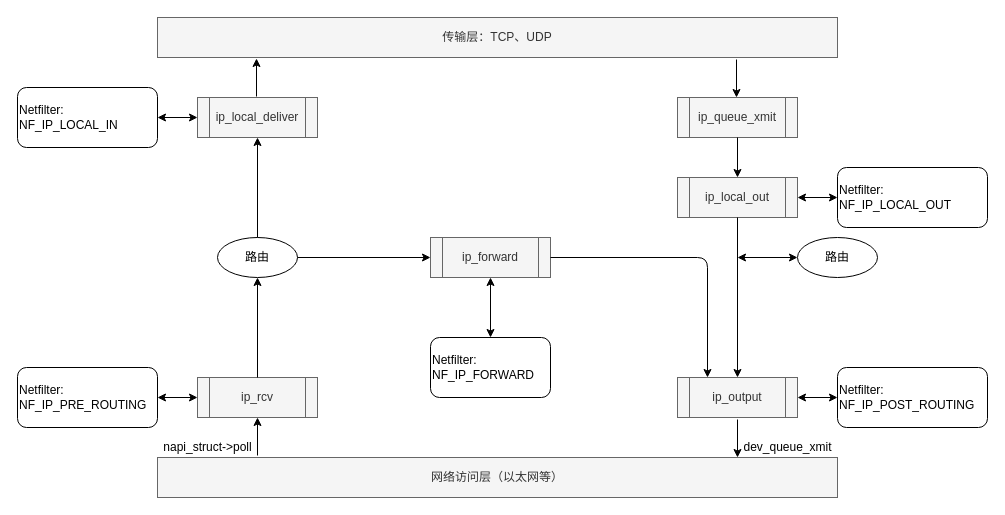
Earlier version of the draw.io diagram operating-system/linux-kernel/TCP-IP实现/分组接收&发送流程.drawio (ruleless/ORG). Source tidied: cells renumbered, new cells numbered last; positions are measured from the earlier drawing's top-left corner, leaving out a move shared by most shapes. Both pictures are drawn from the tidied source at 100%, with x=0, y=0 at pixel (17, 17).
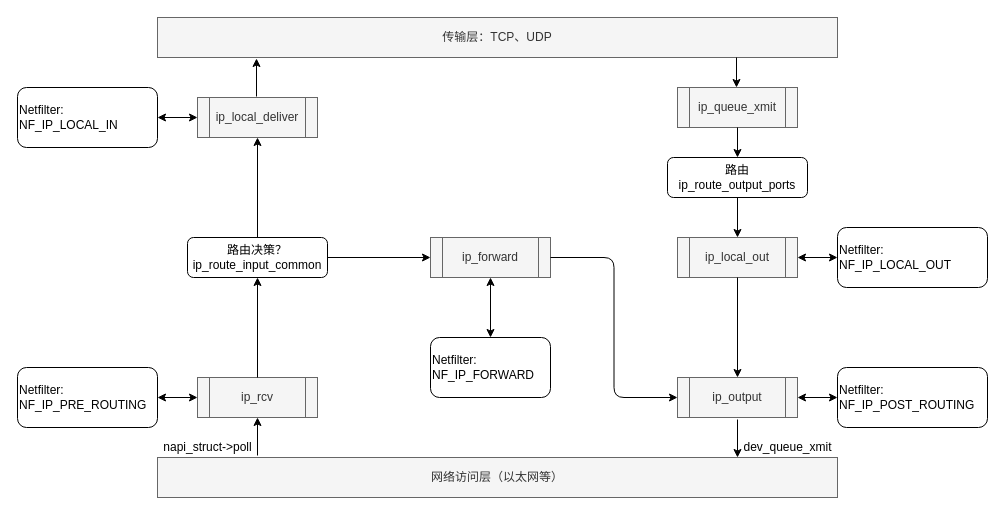
The same diagram, later.

Commit message (it also covers changes not shown here):
更新流程图

The change refers to these unchanged cells:
```xml
<mxCell id="4" value="ip_rcv" style="shape=process;whiteSpace=wrap;html=1;backgroundOutline=1;fillColor=#f5f5f5;strokeColor=#666666;fontColor=#333333;fontStyle=0;" parent="1" vertex="1">
  <mxGeometry x="180" y="360" width="120" height="40" as="geometry" />
</mxCell>
<mxCell id="6" value="ip_local_deliver" style="shape=process;whiteSpace=wrap;html=1;backgroundOutline=1;fillColor=#f5f5f5;strokeColor=#666666;fontColor=#333333;fontStyle=0;" parent="1" vertex="1">
  <mxGeometry x="180" y="80" width="120" height="40" as="geometry" />
</mxCell>
<mxCell id="7" value="ip_forward" style="shape=process;whiteSpace=wrap;html=1;backgroundOutline=1;fillColor=#f5f5f5;strokeColor=#666666;fontColor=#333333;fontStyle=0;" parent="1" vertex="1">
  <mxGeometry x="413" y="220" width="120" height="40" as="geometry" />
</mxCell>
<mxCell id="10" value="ip_output" style="shape=process;whiteSpace=wrap;html=1;backgroundOutline=1;fillColor=#f5f5f5;strokeColor=#666666;fontColor=#333333;fontStyle=0;" parent="1" vertex="1">
  <mxGeometry x="660" y="360" width="120" height="40" as="geometry" />
</mxCell>
```

The edit, as a diff of the source:
```diff
@@
-    <mxCell id="5" value="路由" style="ellipse;whiteSpace=wrap;html=1;" parent="1" vertex="1">
-      <mxGeometry x="200" y="220" width="80" height="40" as="geometry" />
-    </mxCell>
@@
     <mxCell id="8" value="ip_queue_xmit" style="shape=process;whiteSpace=wrap;html=1;backgroundOutline=1;fillColor=#f5f5f5;strokeColor=#666666;fontColor=#333333;fontStyle=0;" parent="1" vertex="1">
-      <mxGeometry x="660" y="80" width="120" height="40" as="geometry" />
+      <mxGeometry x="660" y="70" width="120" height="40" as="geometry" />
     </mxCell>
     <mxCell id="9" value="ip_local_out" style="shape=process;whiteSpace=wrap;html=1;backgroundOutline=1;fillColor=#f5f5f5;strokeColor=#666666;fontColor=#333333;fontStyle=0;" parent="1" vertex="1">
-      <mxGeometry x="660" y="160" width="120" height="40" as="geometry" />
+      <mxGeometry x="660" y="220" width="120" height="40" as="geometry" />
     </mxCell>
@@
-    <mxCell id="12" style="endArrow=classic;html=1;entryX=0.5;entryY=1;entryDx=0;entryDy=0;exitX=0.5;exitY=0;exitDx=0;exitDy=0;" parent="1" edge="1" source="4" target="5">
+    <mxCell id="12" style="endArrow=classic;html=1;entryX=0.5;entryY=1;entryDx=0;entryDy=0;exitX=0.5;exitY=0;exitDx=0;exitDy=0;" parent="1" edge="1" source="4" target="36">
       <mxGeometry relative="1" as="geometry" />
     </mxCell>
-    <mxCell id="13" style="endArrow=classic;html=1;entryX=0.5;entryY=1;entryDx=0;entryDy=0;exitX=0.5;exitY=0;exitDx=0;exitDy=0;" parent="1" edge="1" source="5" target="6">
+    <mxCell id="13" style="endArrow=classic;html=1;entryX=0.5;entryY=1;entryDx=0;entryDy=0;exitX=0.5;exitY=0;exitDx=0;exitDy=0;" parent="1" edge="1" source="36" target="6">
       <mxGeometry relative="1" as="geometry" />
     </mxCell>
@@
-    <mxCell id="15" style="endArrow=classic;html=1;entryX=0;entryY=0.5;entryDx=0;entryDy=0;exitX=1;exitY=0.5;exitDx=0;exitDy=0;" parent="1" edge="1" source="5" target="7">
+    <mxCell id="15" style="endArrow=classic;html=1;entryX=0;entryY=0.5;entryDx=0;entryDy=0;exitX=1;exitY=0.5;exitDx=0;exitDy=0;" parent="1" edge="1" source="36" target="7">
       <mxGeometry relative="1" as="geometry" />
     </mxCell>
-    <mxCell id="16" style="endArrow=classic;html=1;entryX=0.25;entryY=0;entryDx=0;entryDy=0;exitX=1;exitY=0.5;exitDx=0;exitDy=0;rounded=1;" parent="1" edge="1" source="7" target="10">
-      <mxGeometry relative="1" as="geometry">
-        <Array as="points">
-          <mxPoint x="690" y="240" />
-        </Array>
-      </mxGeometry>
+    <mxCell id="16" style="endArrow=classic;html=1;exitX=1;exitY=0.5;exitDx=0;exitDy=0;rounded=1;entryX=0;entryY=0.5;entryDx=0;entryDy=0;edgeStyle=orthogonalEdgeStyle;" parent="1" edge="1" source="7" target="10">
+      <mxGeometry relative="1" as="geometry" />
     </mxCell>
-    <mxCell id="17" style="endArrow=none;html=1;startArrow=classic;startFill=1;endFill=0;" parent="1" edge="1">
-      <mxGeometry relative="1" as="geometry">
-        <mxPoint x="719" y="80" as="sourcePoint" />
-        <mxPoint x="719" y="42" as="targetPoint" />
-      </mxGeometry>
-    </mxCell>
-    <mxCell id="18" style="endArrow=classic;html=1;entryX=0.5;entryY=0;entryDx=0;entryDy=0;exitX=0.5;exitY=1;exitDx=0;exitDy=0;" parent="1" edge="1" source="8" target="9">
-      <mxGeometry relative="1" as="geometry" />
+    <mxCell id="18" style="endArrow=classic;html=1;entryX=0.5;entryY=0;entryDx=0;entryDy=0;" parent="1" edge="1" target="9">
+      <mxGeometry relative="1" as="geometry">
+        <mxPoint x="720" y="180" as="sourcePoint" />
+      </mxGeometry>
     </mxCell>
@@
-    <mxCell id="20" value="路由" style="ellipse;whiteSpace=wrap;html=1;" parent="1" vertex="1">
-      <mxGeometry x="780" y="220" width="80" height="40" as="geometry" />
-    </mxCell>
@@
-    <mxCell id="22" style="endArrow=classic;html=1;exitX=0;exitY=0.5;exitDx=0;exitDy=0;startArrow=classic;startFill=1;" parent="1" edge="1" source="20">
-      <mxGeometry relative="1" as="geometry">
-        <mxPoint x="720" y="240" as="targetPoint" />
-      </mxGeometry>
-    </mxCell>
@@
     <mxCell id="30" value="Netfilter:&lt;br&gt;NF_IP_LOCAL_OUT" style="rounded=1;whiteSpace=wrap;html=1;align=left;" parent="1" vertex="1">
-      <mxGeometry x="820" y="150" width="150" height="60" as="geometry" />
+      <mxGeometry x="820" y="210" width="150" height="60" as="geometry" />
     </mxCell>
@@
+    <mxCell id="35" style="endArrow=classic;html=1;exitX=0.5;exitY=1;exitDx=0;exitDy=0;entryX=0.5;entryY=0;entryDx=0;entryDy=0;" parent="1" edge="1" source="8" target="37">
+      <mxGeometry relative="1" as="geometry" />
+    </mxCell>
+    <mxCell id="36" value="路由决策？&lt;br&gt;ip_route_input_common" style="rounded=1;whiteSpace=wrap;html=1;" parent="1" vertex="1">
+      <mxGeometry x="170" y="220" width="140" height="40" as="geometry" />
+    </mxCell>
+    <mxCell id="37" value="路由&lt;br&gt;ip_route_output_ports" style="rounded=1;whiteSpace=wrap;html=1;" parent="1" vertex="1">
+      <mxGeometry x="650" y="140" width="140" height="40" as="geometry" />
+    </mxCell>
+    <mxCell id="38" style="endArrow=classic;html=1;exitX=0.5;exitY=1;exitDx=0;exitDy=0;entryX=0.5;entryY=0;entryDx=0;entryDy=0;" parent="1" edge="1">
+      <mxGeometry relative="1" as="geometry">
+        <mxPoint x="719" y="40" as="sourcePoint" />
+        <mxPoint x="719" y="70" as="targetPoint" />
+      </mxGeometry>
+    </mxCell>
```
